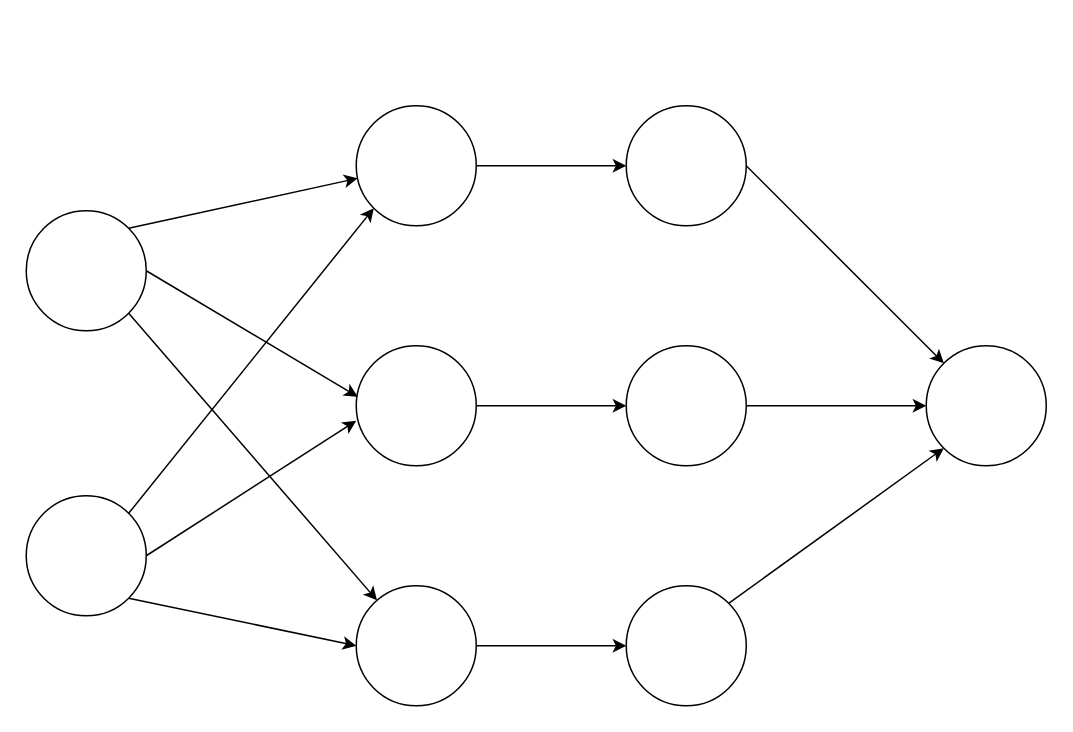
The draw.io diagram 神经网络.drawio in linniao/Draw, before the edit. Source tidied: cells renumbered, new cells numbered last; positions are measured from the earlier drawing's top-left corner, leaving out a move shared by most shapes. Both pictures are drawn from the tidied source at 150%, with x=0, y=0 at pixel (26, 105).
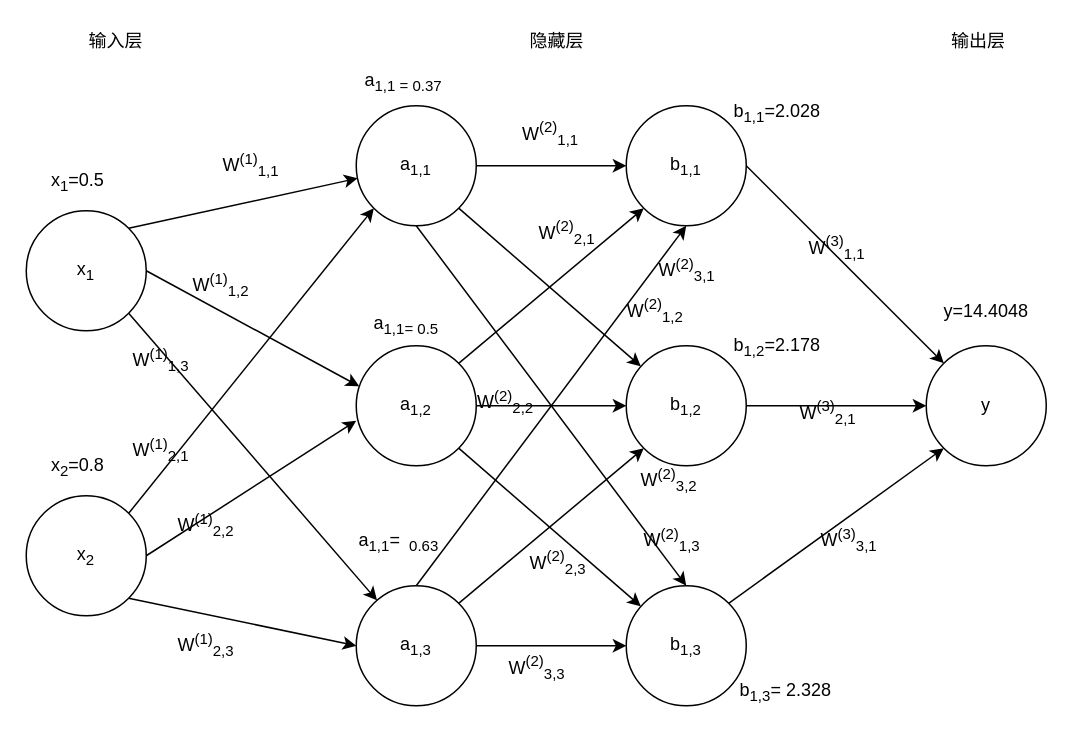
Above is the later version.

Commit message:
更新神经网络.drawio

What changed in the source:
```diff
@@
-    <mxCell id="2" style="edgeStyle=none;rounded=0;jettySize=auto;html=1;exitX=1;exitY=0.5;exitDx=0;exitDy=0;entryX=0.013;entryY=0.425;entryDx=0;entryDy=0;entryPerimeter=0;" parent="1" edge="1" source="5" target="13">
-      <mxGeometry relative="1" as="geometry" />
-    </mxCell>
@@
+    <mxCell id="2" style="rounded=0;jettySize=auto;html=1;exitX=1;exitY=0.5;exitDx=0;exitDy=0;entryX=0.025;entryY=0.338;entryDx=0;entryDy=0;entryPerimeter=0;" parent="1" edge="1" source="5" target="13">
+      <mxGeometry relative="1" as="geometry" />
+    </mxCell>
-    <mxCell id="5" style="ellipse;whiteSpace=wrap;html=1;" parent="1" vertex="1">
+    <mxCell id="5" value="&lt;span lang=&quot;EN-US&quot;&gt;x&lt;sub&gt;1&lt;/sub&gt;&lt;/span&gt;" style="ellipse;whiteSpace=wrap;html=1;" parent="1" vertex="1">
       <mxGeometry y="70" width="80" height="80" as="geometry" />
     </mxCell>
@@
-    <mxCell id="9" style="ellipse;whiteSpace=wrap;html=1;" parent="1" vertex="1">
+    <mxCell id="9" value="&lt;span lang=&quot;EN-US&quot;&gt;x&lt;sub&gt;2&lt;/sub&gt;&lt;/span&gt;" style="ellipse;whiteSpace=wrap;html=1;" parent="1" vertex="1">
       <mxGeometry y="260" width="80" height="80" as="geometry" />
     </mxCell>
@@
+    <mxCell id="23" style="edgeStyle=none;rounded=0;jettySize=auto;html=1;exitX=1;exitY=1;exitDx=0;exitDy=0;" parent="1" edge="1" source="11" target="19">
+      <mxGeometry relative="1" as="geometry" />
+    </mxCell>
+    <mxCell id="24" value="&lt;p&gt;&lt;span lang=&quot;EN-US&quot;&gt;W&lt;sup&gt;(2)&lt;/sup&gt;&lt;sub&gt;1,2&lt;/sub&gt;&lt;/span&gt;&lt;/p&gt;" style="text;html=1;align=center;verticalAlign=middle;labelBackgroundColor=#ffffff;" parent="23" vertex="1">
+      <mxGeometry x="0.78" relative="1" as="geometry">
+        <mxPoint x="22.5" y="-25.5" as="offset" />
+      </mxGeometry>
+    </mxCell>
+    <mxCell id="25" style="edgeStyle=none;rounded=0;jettySize=auto;html=1;exitX=0.5;exitY=1;exitDx=0;exitDy=0;entryX=0.5;entryY=0;entryDx=0;entryDy=0;" parent="1" edge="1" source="11" target="21">
+      <mxGeometry relative="1" as="geometry" />
+    </mxCell>
-    <mxCell id="11" style="ellipse;whiteSpace=wrap;html=1;" parent="1" vertex="1">
+    <mxCell id="11" value="&lt;p&gt;&lt;span lang=&quot;EN-US&quot;&gt;a&lt;sub&gt;1,1&lt;/sub&gt;&lt;/span&gt;&lt;/p&gt;" style="ellipse;whiteSpace=wrap;html=1;" parent="1" vertex="1">
       <mxGeometry x="220" width="80" height="80" as="geometry" />
     </mxCell>
@@
+    <mxCell id="26" style="edgeStyle=none;rounded=0;jettySize=auto;html=1;exitX=1;exitY=0;exitDx=0;exitDy=0;entryX=0;entryY=1;entryDx=0;entryDy=0;" parent="1" edge="1" source="13" target="17">
+      <mxGeometry relative="1" as="geometry" />
+    </mxCell>
+    <mxCell id="27" style="edgeStyle=none;rounded=0;jettySize=auto;html=1;exitX=1;exitY=1;exitDx=0;exitDy=0;" parent="1" edge="1" source="13" target="21">
+      <mxGeometry relative="1" as="geometry" />
+    </mxCell>
-    <mxCell id="13" style="ellipse;whiteSpace=wrap;html=1;" parent="1" vertex="1">
+    <mxCell id="13" value="&lt;p&gt;&lt;span lang=&quot;EN-US&quot;&gt;a&lt;sub&gt;1,2&lt;/sub&gt;&lt;/span&gt;&lt;/p&gt;" style="ellipse;whiteSpace=wrap;html=1;" parent="1" vertex="1">
       <mxGeometry x="220" y="160" width="80" height="80" as="geometry" />
     </mxCell>
@@
+    <mxCell id="28" style="edgeStyle=none;rounded=0;jettySize=auto;html=1;exitX=1;exitY=0;exitDx=0;exitDy=0;entryX=0;entryY=1;entryDx=0;entryDy=0;" parent="1" edge="1" source="15" target="19">
+      <mxGeometry relative="1" as="geometry" />
+    </mxCell>
+    <mxCell id="29" style="edgeStyle=none;rounded=0;jettySize=auto;html=1;exitX=0.5;exitY=0;exitDx=0;exitDy=0;entryX=0.5;entryY=1;entryDx=0;entryDy=0;" parent="1" edge="1" source="15" target="17">
+      <mxGeometry relative="1" as="geometry" />
+    </mxCell>
-    <mxCell id="15" style="ellipse;whiteSpace=wrap;html=1;" parent="1" vertex="1">
+    <mxCell id="15" value="&lt;p&gt;&lt;span lang=&quot;EN-US&quot;&gt;a&lt;sub&gt;1,3&lt;/sub&gt;&lt;/span&gt;&lt;/p&gt;" style="ellipse;whiteSpace=wrap;html=1;" parent="1" vertex="1">
       <mxGeometry x="220" y="320" width="80" height="80" as="geometry" />
     </mxCell>
@@
-    <mxCell id="17" style="ellipse;whiteSpace=wrap;html=1;" parent="1" vertex="1">
+    <mxCell id="17" value="&lt;p&gt;&lt;span lang=&quot;EN-US&quot;&gt;b&lt;sub&gt;1,1&lt;/sub&gt;&lt;/span&gt;&lt;/p&gt;" style="ellipse;whiteSpace=wrap;html=1;" parent="1" vertex="1">
       <mxGeometry x="400" width="80" height="80" as="geometry" />
     </mxCell>
@@
-    <mxCell id="19" style="ellipse;whiteSpace=wrap;html=1;" parent="1" vertex="1">
+    <mxCell id="19" value="&lt;p&gt;&lt;span lang=&quot;EN-US&quot;&gt;b&lt;sub&gt;1,2&lt;/sub&gt;&lt;/span&gt;&lt;/p&gt;" style="ellipse;whiteSpace=wrap;html=1;" parent="1" vertex="1">
       <mxGeometry x="400" y="160" width="80" height="80" as="geometry" />
     </mxCell>
@@
-    <mxCell id="21" style="ellipse;whiteSpace=wrap;html=1;" parent="1" vertex="1">
+    <mxCell id="21" value="&lt;p&gt;&lt;span lang=&quot;EN-US&quot;&gt;b&lt;sub&gt;1,3&lt;/sub&gt;&lt;/span&gt;&lt;/p&gt;" style="ellipse;whiteSpace=wrap;html=1;" parent="1" vertex="1">
       <mxGeometry x="400" y="320" width="80" height="80" as="geometry" />
     </mxCell>
-    <mxCell id="22" style="ellipse;whiteSpace=wrap;html=1;" parent="1" vertex="1">
+    <mxCell id="22" value="y&lt;br&gt;" style="ellipse;whiteSpace=wrap;html=1;" parent="1" vertex="1">
       <mxGeometry x="600" y="160" width="80" height="80" as="geometry" />
     </mxCell>
+    <mxCell id="30" value="&lt;p&gt;&lt;span lang=&quot;EN-US&quot;&gt;W&lt;sup&gt;(1)&lt;/sup&gt;&lt;sub&gt;1,1&lt;/sub&gt;&lt;/span&gt;&lt;/p&gt;" style="text;html=1;strokeColor=none;fillColor=none;align=center;verticalAlign=middle;whiteSpace=wrap;rounded=0;" parent="1" vertex="1">
+      <mxGeometry x="130" y="30" width="40" height="20" as="geometry" />
+    </mxCell>
+    <mxCell id="31" value="&lt;p&gt;&lt;span lang=&quot;EN-US&quot;&gt;W&lt;sup&gt;(1)&lt;/sup&gt;&lt;sub&gt;1,3&lt;/sub&gt;&lt;/span&gt;&lt;/p&gt;" style="text;html=1;strokeColor=none;fillColor=none;align=center;verticalAlign=middle;whiteSpace=wrap;rounded=0;" parent="1" vertex="1">
+      <mxGeometry x="70" y="160" width="40" height="20" as="geometry" />
+    </mxCell>
+    <mxCell id="32" value="&lt;p&gt;&lt;span lang=&quot;EN-US&quot;&gt;W&lt;sup&gt;(1)&lt;/sup&gt;&lt;sub&gt;2,1&lt;/sub&gt;&lt;/span&gt;&lt;/p&gt;" style="text;html=1;strokeColor=none;fillColor=none;align=center;verticalAlign=middle;whiteSpace=wrap;rounded=0;" parent="1" vertex="1">
+      <mxGeometry x="70" y="220" width="40" height="20" as="geometry" />
+    </mxCell>
+    <mxCell id="33" value="&lt;p&gt;&lt;span lang=&quot;EN-US&quot;&gt;W&lt;sup&gt;(1)&lt;/sup&gt;&lt;sub&gt;2,2&lt;/sub&gt;&lt;/span&gt;&lt;/p&gt;" style="text;html=1;strokeColor=none;fillColor=none;align=center;verticalAlign=middle;whiteSpace=wrap;rounded=0;" parent="1" vertex="1">
+      <mxGeometry x="100" y="270" width="40" height="20" as="geometry" />
+    </mxCell>
+    <mxCell id="34" value="&lt;p&gt;&lt;span lang=&quot;EN-US&quot;&gt;W&lt;sup&gt;(1)&lt;/sup&gt;&lt;sub&gt;1,2&lt;/sub&gt;&lt;/span&gt;&lt;/p&gt;" style="text;html=1;strokeColor=none;fillColor=none;align=center;verticalAlign=middle;whiteSpace=wrap;rounded=0;" parent="1" vertex="1">
+      <mxGeometry x="110" y="110" width="40" height="20" as="geometry" />
+    </mxCell>
+    <mxCell id="35" value="&lt;p&gt;&lt;span lang=&quot;EN-US&quot;&gt;W&lt;sup&gt;(1)&lt;/sup&gt;&lt;sub&gt;2,3&lt;/sub&gt;&lt;/span&gt;&lt;/p&gt;" style="text;html=1;strokeColor=none;fillColor=none;align=center;verticalAlign=middle;whiteSpace=wrap;rounded=0;" parent="1" vertex="1">
+      <mxGeometry x="100" y="350" width="40" height="20" as="geometry" />
+    </mxCell>
+    <mxCell id="36" value="输入层" style="text;html=1;strokeColor=none;fillColor=none;align=center;verticalAlign=middle;whiteSpace=wrap;rounded=0;" parent="1" vertex="1">
+      <mxGeometry x="40" y="-53" width="40" height="20" as="geometry" />
+    </mxCell>
+    <mxCell id="37" value="隐藏层" style="text;html=1;align=left;verticalAlign=top;spacingTop=-4;" parent="1" vertex="1">
+      <mxGeometry x="334" y="-53" width="50" height="20" as="geometry" />
+    </mxCell>
+    <mxCell id="38" value="输出层" style="text;html=1;align=left;verticalAlign=top;spacingTop=-4;" parent="1" vertex="1">
+      <mxGeometry x="615" y="-53" width="50" height="20" as="geometry" />
+    </mxCell>
+    <mxCell id="39" value="x&lt;sub&gt;1&lt;/sub&gt;=0.5" style="text;html=1;align=left;verticalAlign=top;spacingTop=-4;" parent="1" vertex="1">
+      <mxGeometry x="15" y="40" width="50" height="20" as="geometry" />
+    </mxCell>
+    <mxCell id="40" value="x&lt;sub&gt;2&lt;/sub&gt;=0.8" style="text;html=1;align=left;verticalAlign=top;spacingTop=-4;" parent="1" vertex="1">
+      <mxGeometry x="15" y="230" width="50" height="20" as="geometry" />
+    </mxCell>
+    <mxCell id="41" style="edgeStyle=none;rounded=0;orthogonalLoop=1;jettySize=auto;html=1;exitX=0.5;exitY=1;exitDx=0;exitDy=0;" parent="1" edge="1" source="34" target="34">
+      <mxGeometry relative="1" as="geometry" />
+    </mxCell>
+    <mxCell id="42" value="&lt;p&gt;&lt;span lang=&quot;EN-US&quot;&gt;W&lt;sup&gt;(2)&lt;/sup&gt;&lt;sub&gt;1,1&lt;/sub&gt;&lt;/span&gt;&lt;/p&gt;" style="text;html=1;align=left;verticalAlign=top;spacingTop=-4;" parent="1" vertex="1">
+      <mxGeometry x="329" y="-6.5" width="60" height="50" as="geometry" />
+    </mxCell>
+    <mxCell id="43" value="&lt;p&gt;&lt;span lang=&quot;EN-US&quot;&gt;W&lt;sup&gt;(2)&lt;/sup&gt;&lt;sub&gt;2,1&lt;/sub&gt;&lt;/span&gt;&lt;/p&gt;" style="text;html=1;align=left;verticalAlign=top;spacingTop=-4;" parent="1" vertex="1">
+      <mxGeometry x="340" y="60" width="60" height="50" as="geometry" />
+    </mxCell>
+    <mxCell id="44" value="&lt;p&gt;&lt;span lang=&quot;EN-US&quot;&gt;W&lt;sup&gt;(2)&lt;/sup&gt;&lt;sub&gt;3,1&lt;/sub&gt;&lt;/span&gt;&lt;/p&gt;" style="text;html=1;align=left;verticalAlign=top;spacingTop=-4;" parent="1" vertex="1">
+      <mxGeometry x="420" y="85" width="60" height="50" as="geometry" />
+    </mxCell>
+    <mxCell id="45" value="&lt;span lang=&quot;EN-US&quot;&gt;W&lt;sup&gt;(2)&lt;/sup&gt;&lt;sub&gt;2,2&lt;/sub&gt;&lt;/span&gt;" style="text;html=1;align=left;verticalAlign=top;spacingTop=-4;" parent="1" vertex="1">
+      <mxGeometry x="299" y="185" width="60" height="20" as="geometry" />
+    </mxCell>
+    <mxCell id="46" value="&lt;p&gt;&lt;span lang=&quot;EN-US&quot;&gt;W&lt;sup&gt;(2)&lt;/sup&gt;&lt;sub&gt;3,2&lt;/sub&gt;&lt;/span&gt;&lt;/p&gt;" style="text;html=1;align=left;verticalAlign=top;spacingTop=-4;" parent="1" vertex="1">
+      <mxGeometry x="408" y="225" width="60" height="50" as="geometry" />
+    </mxCell>
+    <mxCell id="47" value="&lt;p&gt;&lt;span lang=&quot;EN-US&quot;&gt;W&lt;sup&gt;(2)&lt;/sup&gt;&lt;sub&gt;1,3&lt;/sub&gt;&lt;/span&gt;&lt;/p&gt;" style="text;html=1;align=left;verticalAlign=top;spacingTop=-4;" parent="1" vertex="1">
+      <mxGeometry x="410" y="265" width="60" height="50" as="geometry" />
+    </mxCell>
+    <mxCell id="48" value="&lt;p&gt;&lt;span lang=&quot;EN-US&quot;&gt;W&lt;sup&gt;(2)&lt;/sup&gt;&lt;sub&gt;2,3&lt;/sub&gt;&lt;/span&gt;&lt;/p&gt;" style="text;html=1;align=left;verticalAlign=top;spacingTop=-4;" parent="1" vertex="1">
+      <mxGeometry x="334" y="280" width="60" height="50" as="geometry" />
+    </mxCell>
+    <mxCell id="49" value="&lt;p&gt;&lt;span lang=&quot;EN-US&quot;&gt;W&lt;sup&gt;(2)&lt;/sup&gt;&lt;sub&gt;3,3&lt;/sub&gt;&lt;/span&gt;&lt;/p&gt;" style="text;html=1;align=left;verticalAlign=top;spacingTop=-4;" parent="1" vertex="1">
+      <mxGeometry x="320" y="350" width="60" height="50" as="geometry" />
+    </mxCell>
+    <mxCell id="50" value="&lt;p&gt;&lt;span lang=&quot;EN-US&quot;&gt;W&lt;sup&gt;(3)&lt;/sup&gt;&lt;sub&gt;1,1&lt;/sub&gt;&lt;/span&gt;&lt;/p&gt;" style="text;html=1;align=left;verticalAlign=top;spacingTop=-4;" parent="1" vertex="1">
+      <mxGeometry x="520" y="70" width="60" height="50" as="geometry" />
+    </mxCell>
+    <mxCell id="51" value="&lt;p&gt;&lt;span lang=&quot;EN-US&quot;&gt;W&lt;sup&gt;(3)&lt;/sup&gt;&lt;sub&gt;2,1&lt;/sub&gt;&lt;/span&gt;&lt;/p&gt;" style="text;html=1;align=left;verticalAlign=top;spacingTop=-4;" parent="1" vertex="1">
+      <mxGeometry x="514" y="180" width="60" height="50" as="geometry" />
+    </mxCell>
+    <mxCell id="52" value="&lt;p&gt;&lt;span lang=&quot;EN-US&quot;&gt;W&lt;sup&gt;(3)&lt;/sup&gt;&lt;sub&gt;3,1&lt;/sub&gt;&lt;/span&gt;&lt;/p&gt;" style="text;html=1;align=left;verticalAlign=top;spacingTop=-4;" parent="1" vertex="1">
+      <mxGeometry x="528" y="265" width="60" height="50" as="geometry" />
+    </mxCell>
+    <mxCell id="53" value="a&lt;sub&gt;1,1&lt;/sub&gt;&lt;sub&gt;&amp;nbsp;= 0.37&amp;nbsp;&lt;/sub&gt;&lt;br&gt;" style="text;html=1;strokeColor=none;fillColor=none;align=left;verticalAlign=middle;whiteSpace=wrap;rounded=0;" parent="1" vertex="1">
+      <mxGeometry x="224" y="-26.5" width="220" height="20" as="geometry" />
+    </mxCell>
+    <mxCell id="54" value="&lt;span&gt;a&lt;/span&gt;&lt;sub&gt;1,1=&lt;/sub&gt;&lt;sub&gt;&amp;nbsp;0.5&amp;nbsp;&lt;/sub&gt;" style="text;html=1;align=left;verticalAlign=top;spacingTop=-4;" parent="1" vertex="1">
+      <mxGeometry x="230" y="135" width="70" height="20" as="geometry" />
+    </mxCell>
+    <mxCell id="55" value="&lt;span&gt;a&lt;/span&gt;&lt;sub&gt;1,1&lt;/sub&gt;&lt;span&gt;=&amp;nbsp;&lt;/span&gt;&lt;sub&gt;&amp;nbsp;0.63&amp;nbsp;&lt;/sub&gt;" style="text;html=1;align=left;verticalAlign=top;spacingTop=-4;" parent="1" vertex="1">
+      <mxGeometry x="220" y="280" width="80" height="20" as="geometry" />
+    </mxCell>
+    <mxCell id="56" value="&lt;span&gt;b&lt;/span&gt;&lt;sub&gt;1,1&lt;/sub&gt;=2.028" style="text;html=1;align=left;verticalAlign=top;spacingTop=-4;" parent="1" vertex="1">
+      <mxGeometry x="470" y="-6.5" width="80" height="20" as="geometry" />
+    </mxCell>
+    <mxCell id="57" value="b&lt;sub&gt;1,2&lt;/sub&gt;=2.178" style="text;html=1;align=left;verticalAlign=top;spacingTop=-4;" parent="1" vertex="1">
+      <mxGeometry x="470" y="150" width="80" height="20" as="geometry" />
+    </mxCell>
+    <mxCell id="58" value="b&lt;sub&gt;1,3&lt;/sub&gt;=&amp;nbsp;2.328" style="text;html=1;align=left;verticalAlign=top;spacingTop=-4;" parent="1" vertex="1">
+      <mxGeometry x="474" y="380" width="80" height="20" as="geometry" />
+    </mxCell>
+    <mxCell id="59" value="y=14.4048" style="text;html=1;align=left;verticalAlign=top;spacingTop=-4;" parent="1" vertex="1">
+      <mxGeometry x="610" y="127" width="70" height="20" as="geometry" />
+    </mxCell>
```
